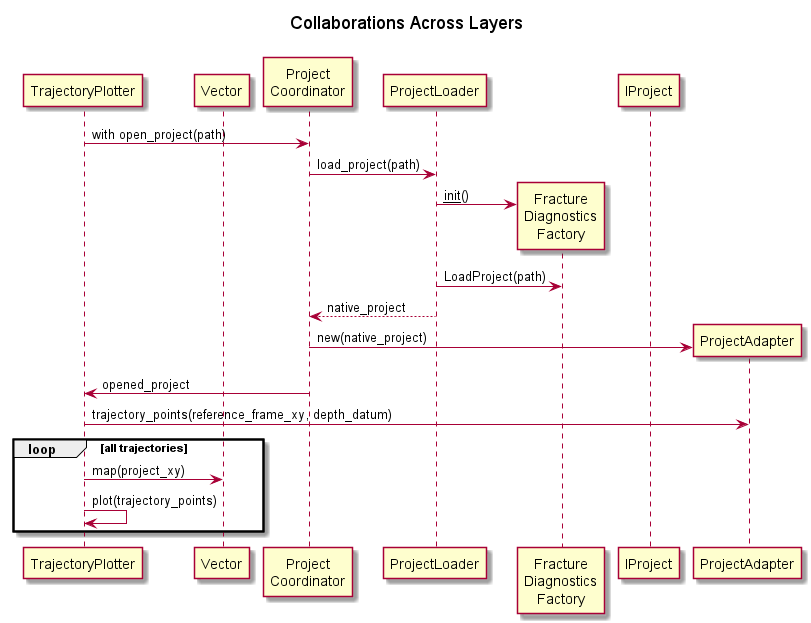
Above: docs_dev/layer-collaboration.png in Reveal-Energy-Services/orchid-python-api (PlantUML), before the change.
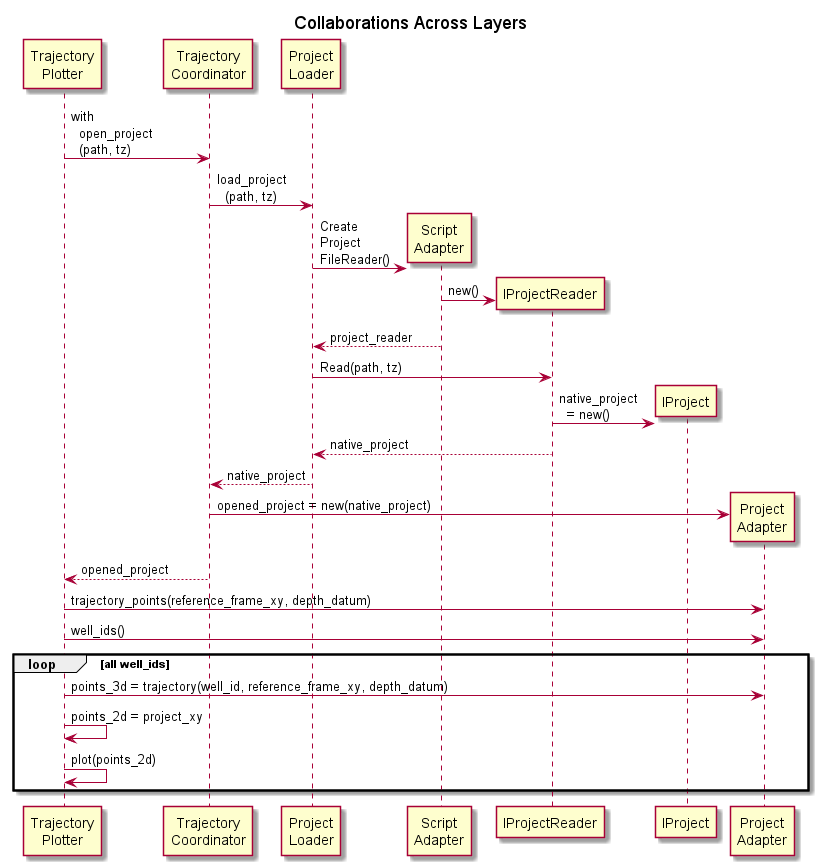
The same file after the commit.

Change to the diagram source:
```diff
@@ -2,27 +2,35 @@
 
 title Collaborations Across Layers
 
-participant TrajectoryPlotter
-participant Vector
-participant "Project\nCoordinator" as pc
-participant ProjectLoader
-participant "Fracture\nDiagnostics\nFactory" as fdf
+participant "Trajectory\nPlotter" as tp
+participant "Trajectory\nCoordinator" as tc
+participant "Project\nLoader" as pl
+participant "Script\nAdapter" as sa
+participant IProjectReader
 participant IProject
-participant ProjectAdapter
+participant "Project\nAdapter" as pa
 
-TrajectoryPlotter -> pc: with open_project(path)
-pc -> ProjectLoader: load_project(path)
-create fdf
-ProjectLoader -> fdf: __init__()
-ProjectLoader -> fdf: LoadProject(path)
-ProjectLoader --> pc : native_project
-create ProjectAdapter
-pc -> ProjectAdapter: new(native_project)
-pc -> TrajectoryPlotter : opened_project
-TrajectoryPlotter -> ProjectAdapter : trajectory_points(reference_frame_xy, depth_datum)
-loop all trajectories
-    TrajectoryPlotter -> Vector: map(project_xy)
-    TrajectoryPlotter -> TrajectoryPlotter : plot(trajectory_points)
+tp -> tc: with\n  open_project\n  (path, tz)
+tc -> pl: load_project\n  (path, tz)
+create sa
+pl -> sa: Create\nProject\nFileReader()
+create IProjectReader
+sa -> IProjectReader : new()
+sa --> pl : project_reader
+pl -> IProjectReader: Read(path, tz)
+create IProject
+IProjectReader -> IProject : native_project\n  = new()
+IProjectReader --> pl : native_project
+pl --> tc : native_project
+create pa
+tc -> pa: opened_project = new(native_project)
+tc --> tp : opened_project
+tp -> pa : trajectory_points(reference_frame_xy, depth_datum)
+tp -> pa : well_ids()
+loop all well_ids
+    tp -> pa : points_3d = trajectory(well_id, reference_frame_xy, depth_datum)
+    tp -> tp: points_2d = project_xy
+    tp -> tp : plot(points_2d)
 end loop
 
 @enduml
```
